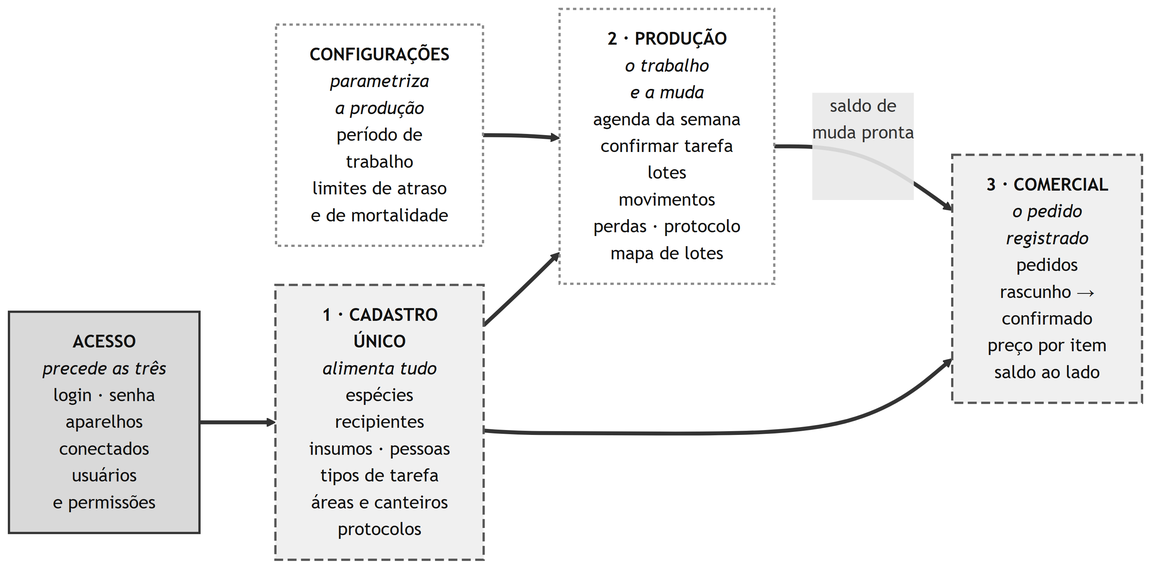
The Mermaid diagram docs/rotinas/img/mapa-sistema-v2.png in JoaoMudar/tcc, before a commit. Its source is kept beside it as docs/rotinas/img/mapa-sistema-v2.mmd.
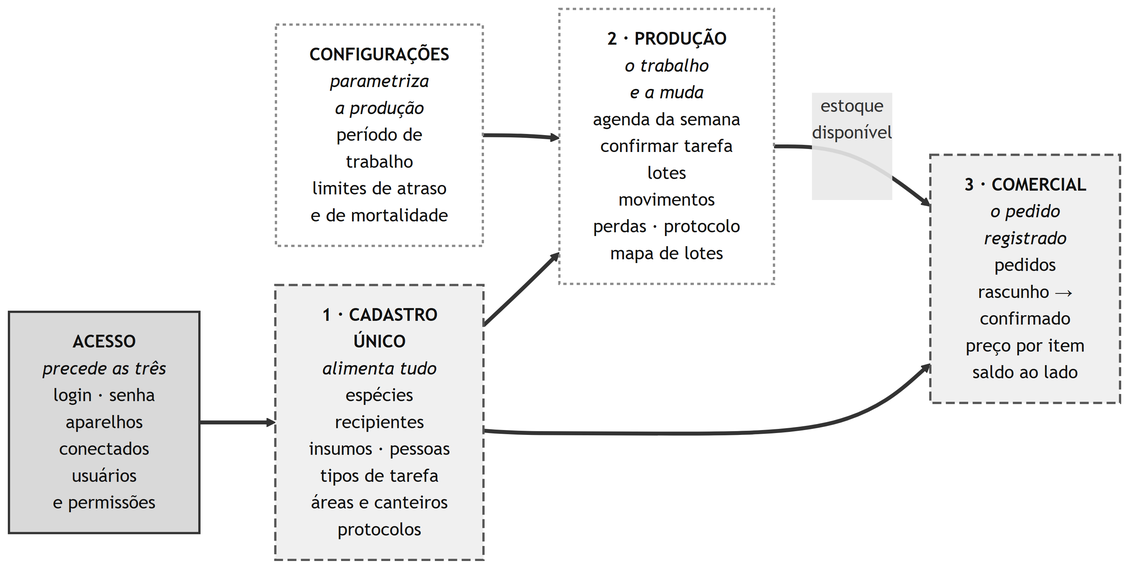
Above is the later version.

Change to the diagram source:
```diff
@@ -17,7 +17,7 @@
   CAD ==> PRO
   CAD ==> COM
 
-  PRO ==>|"saldo de<br/>muda pronta<br/>&nbsp;<br/>&nbsp;"| COM
+  PRO ==>|"estoque<br/>disponível<br/>&nbsp;<br/>&nbsp;"| COM
 
   classDef ok fill:#dcfce7,stroke:#16a34a,stroke-width:2px,color:#111
   classDef meio fill:#fef3c7,stroke:#d97706,stroke-width:2px,color:#111
```
